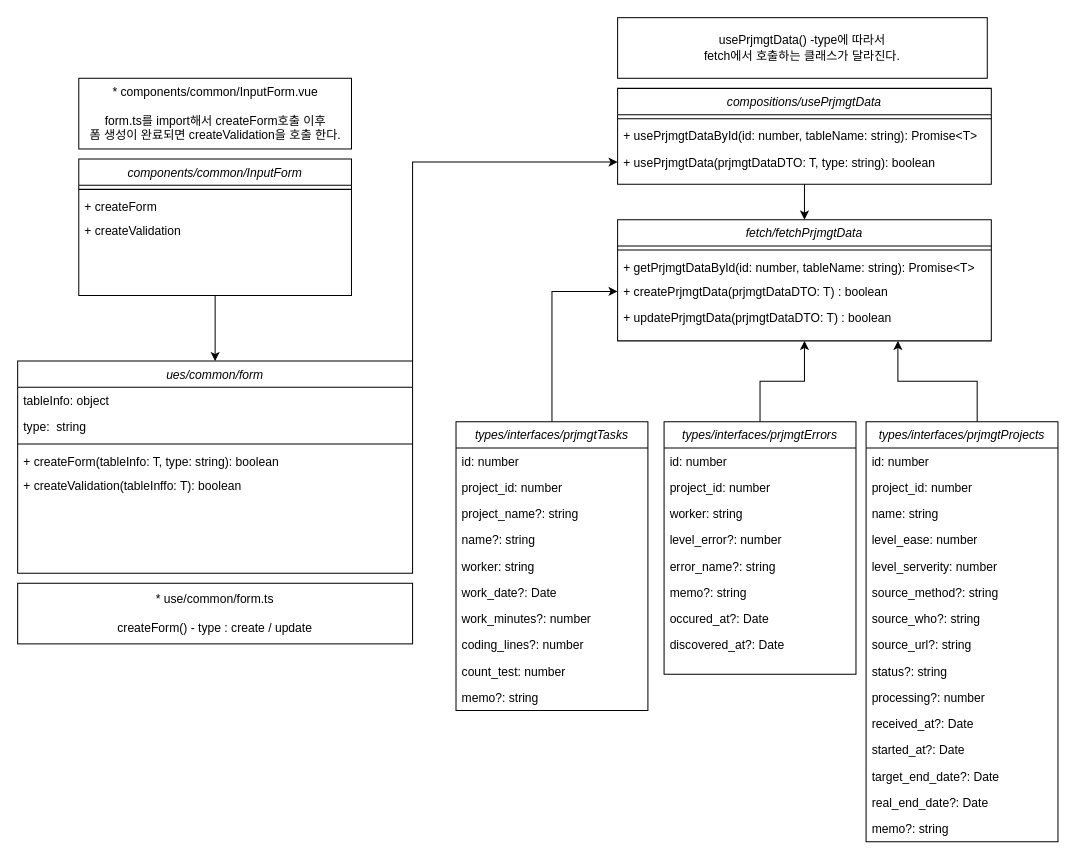
Earlier version of the draw.io diagram Study/Untitled Diagram.drawio (shinminchang/MyPlayground). Source tidied: cells renumbered, new cells numbered last; positions are measured from the earlier drawing's top-left corner, leaving out a move shared by most shapes. Both pictures are drawn from the tidied source at 101%, with x=0, y=0 at pixel (17, 17).
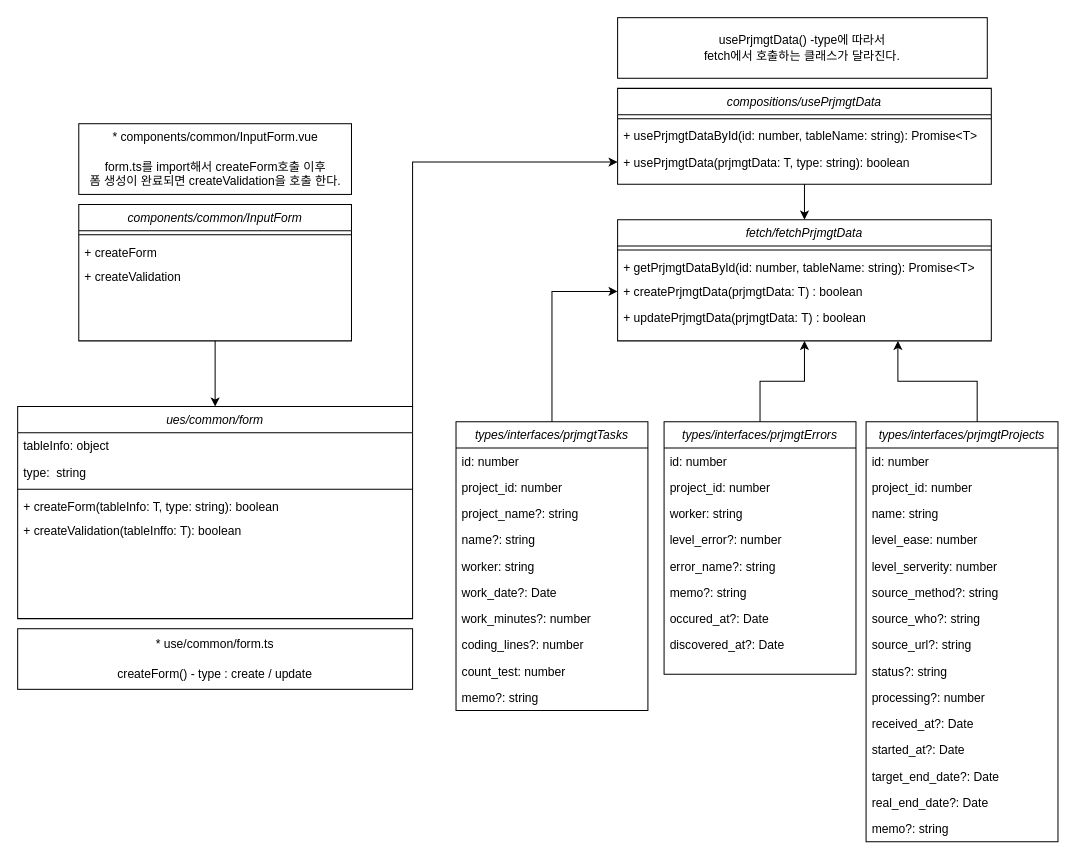
The same page after the edit.

Unchanged cells that the change refers to:
```xml
<mxCell id="9" value="fetch/fetchPrjmgtData" style="swimlane;fontStyle=2;align=center;verticalAlign=top;horizontal=1;startSize=26;rounded=0;shadow=0;strokeWidth=1;" parent="1" vertex="1">
  <mxGeometry x="594" y="200" width="370" height="120" as="geometry" />
</mxCell>
<mxCell id="54" value="compositions/usePrjmgtData" style="swimlane;fontStyle=2;align=center;verticalAlign=top;horizontal=1;startSize=26;rounded=0;shadow=0;strokeWidth=1;" parent="1" vertex="1">
  <mxGeometry x="594" y="70" width="370" height="95" as="geometry" />
</mxCell>
```

The edit, as a diff of the source:
```diff
@@
     <mxCell id="3" value="ues/common/form" style="swimlane;fontStyle=2;align=center;verticalAlign=top;horizontal=1;startSize=26;rounded=0;shadow=0;strokeWidth=1;" parent="1" vertex="1">
-      <mxGeometry y="340" width="391" height="210" as="geometry" />
+      <mxGeometry y="385" width="391" height="210" as="geometry" />
     </mxCell>
@@
-    <mxCell id="12" value="+ createPrjmgtData(prjmgtDataDTO: T) : boolean" style="text;align=left;verticalAlign=top;spacingLeft=4;spacingRight=4;overflow=hidden;points=[[0,0.5],[1,0.5]];portConstraint=eastwest;" parent="9" vertex="1">
+    <mxCell id="12" value="+ createPrjmgtData(prjmgtData: T) : boolean" style="text;align=left;verticalAlign=top;spacingLeft=4;spacingRight=4;overflow=hidden;points=[[0,0.5],[1,0.5]];portConstraint=eastwest;" parent="9" vertex="1">
       <mxGeometry y="58" width="370" height="26" as="geometry" />
     </mxCell>
-    <mxCell id="13" value="+ updatePrjmgtData(prjmgtDataDTO: T) : boolean" style="text;align=left;verticalAlign=top;spacingLeft=4;spacingRight=4;overflow=hidden;" parent="9" vertex="1">
+    <mxCell id="13" value="+ updatePrjmgtData(prjmgtData: T) : boolean" style="text;align=left;verticalAlign=top;spacingLeft=4;spacingRight=4;overflow=hidden;" parent="9" vertex="1">
       <mxGeometry y="84" width="370" height="26" as="geometry" />
     </mxCell>
@@
-    <mxCell id="57" value="+ usePrjmgtData(prjmgtDataDTO: T, type: string): boolean" style="text;align=left;verticalAlign=top;spacingLeft=4;spacingRight=4;overflow=hidden;points=[[0,0.5],[1,0.5]];portConstraint=eastwest;" parent="54" vertex="1">
+    <mxCell id="57" value="+ usePrjmgtData(prjmgtData: T, type: string): boolean" style="text;align=left;verticalAlign=top;spacingLeft=4;spacingRight=4;overflow=hidden;points=[[0,0.5],[1,0.5]];portConstraint=eastwest;" parent="54" vertex="1">
       <mxGeometry y="60" width="370" height="26" as="geometry" />
     </mxCell>
     <mxCell id="58" value="components/common/InputForm" style="swimlane;fontStyle=2;align=center;verticalAlign=top;horizontal=1;startSize=26;rounded=0;shadow=0;strokeWidth=1;" parent="1" vertex="1">
-      <mxGeometry x="60.5" y="140" width="270" height="135" as="geometry" />
+      <mxGeometry x="60.5" y="185" width="270" height="135" as="geometry" />
     </mxCell>
@@
     <mxCell id="63" value="* components/common/InputForm.vue&lt;br&gt;&lt;br&gt;form.ts를 import해서 createForm호출 이후&lt;br&gt;폼 생성이 완료되면 createValidation을 호출 한다." style="rounded=0;whiteSpace=wrap;html=1;" parent="1" vertex="1">
-      <mxGeometry x="60.5" y="60" width="270" height="70" as="geometry" />
+      <mxGeometry x="60.5" y="105" width="270" height="70" as="geometry" />
     </mxCell>
     <mxCell id="64" value="* use/common/form.ts&lt;br&gt;&lt;br&gt;createForm() - type : create / update" style="rounded=0;whiteSpace=wrap;html=1;" parent="1" vertex="1">
-      <mxGeometry y="560" width="391" height="60" as="geometry" />
+      <mxGeometry y="605" width="391" height="60" as="geometry" />
     </mxCell>
```
